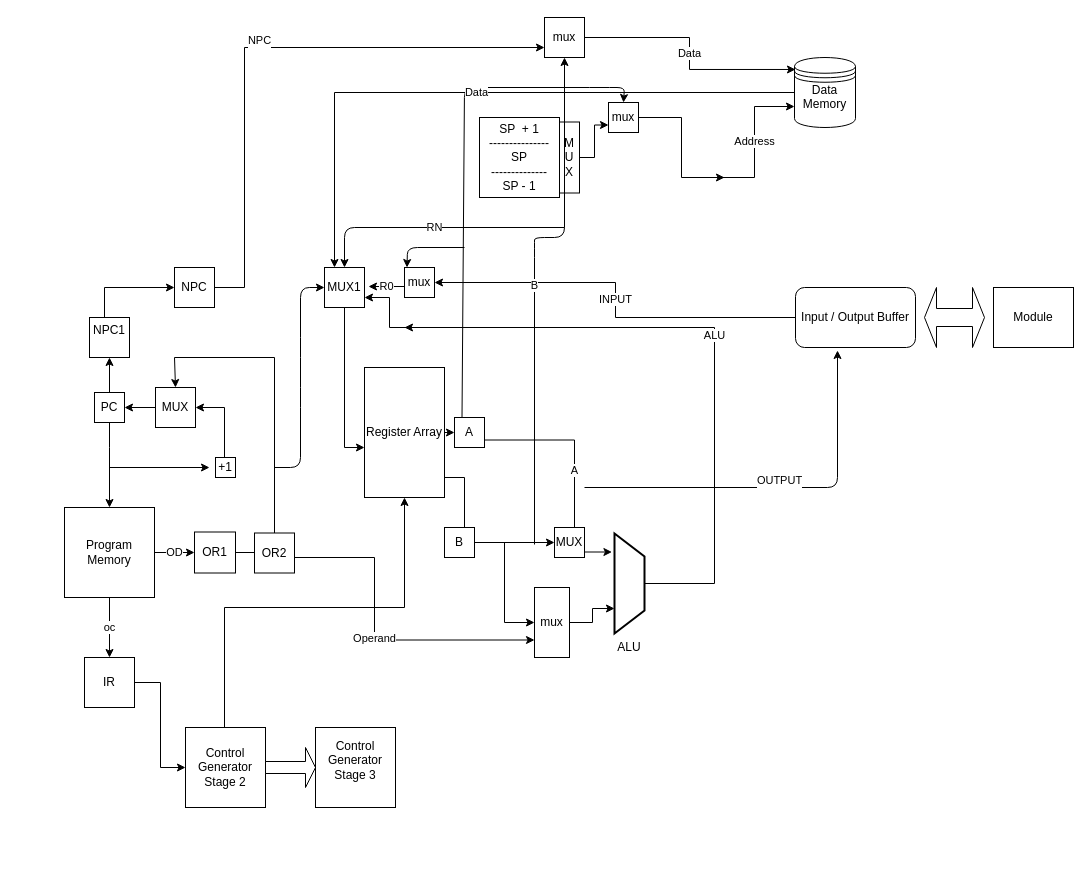
Aditya-11/RNBIP-2-Processor keeps this draw.io diagram as architecture.drawio. Above is the earlier version. Source tidied: cells renumbered, new cells numbered last; positions are measured from the earlier drawing's top-left corner, leaving out a move shared by most shapes. Both pictures are drawn from the tidied source at 100%, with x=0, y=0 at pixel (64, 17).
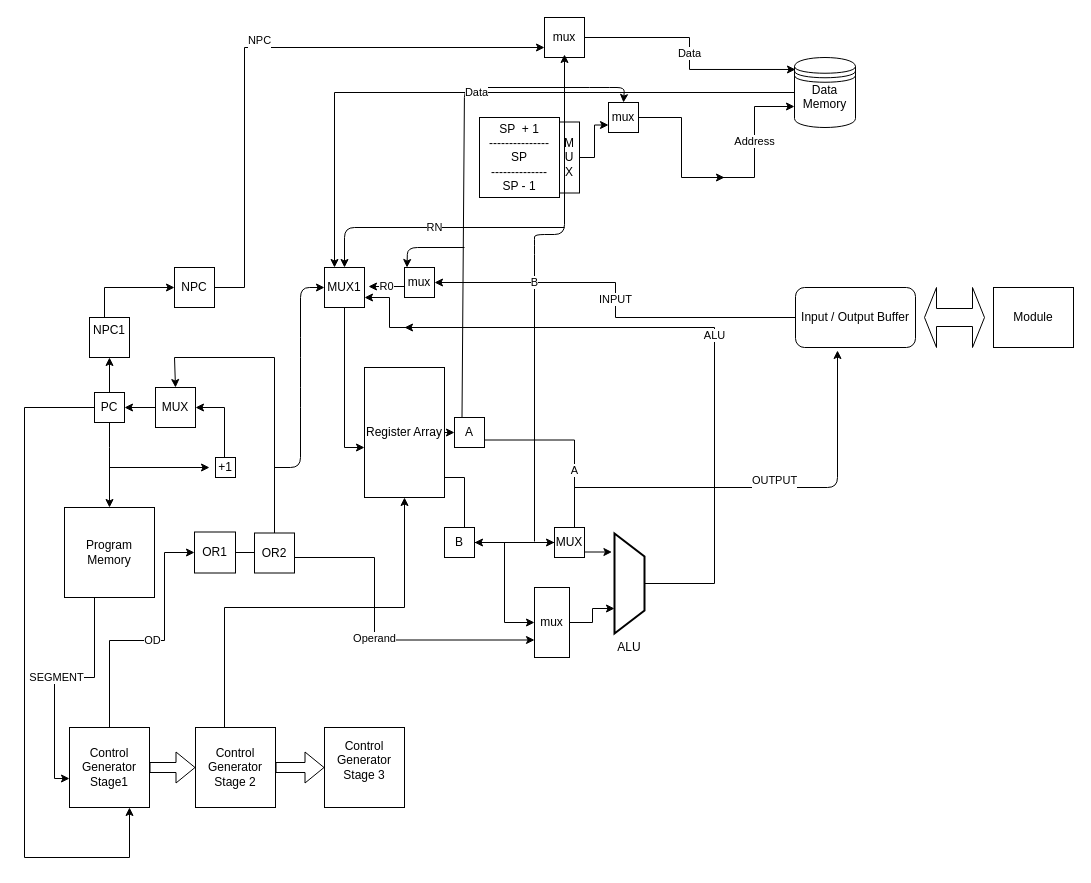
The same diagram, later.

Unchanged cells that the change refers to:
```xml
<mxCell id="4" value="Program Memory" style="whiteSpace=wrap;html=1;" parent="1" vertex="1">
  <mxGeometry y="490" width="90" height="90" as="geometry" />
</mxCell>
<mxCell id="8" value="OR1" style="whiteSpace=wrap;html=1;" parent="1" vertex="1">
  <mxGeometry x="130" y="514.5" width="41" height="41" as="geometry" />
</mxCell>
<mxCell id="14" value="PC" style="whiteSpace=wrap;html=1;" parent="1" vertex="1">
  <mxGeometry x="30" y="375" width="30" height="30" as="geometry" />
</mxCell>
<mxCell id="39" value="mux" style="whiteSpace=wrap;html=1;" parent="1" vertex="1">
  <mxGeometry x="480" width="40" height="40" as="geometry" />
</mxCell>
<mxCell id="50" value="Input / Output Buffer" style="rounded=1;whiteSpace=wrap;html=1;" parent="1" vertex="1">
  <mxGeometry x="731" y="270" width="120" height="60" as="geometry" />
</mxCell>
<mxCell id="60" value="B" style="whiteSpace=wrap;html=1;" parent="1" vertex="1">
  <mxGeometry x="380" y="510" width="30" height="30" as="geometry" />
</mxCell>
<mxCell id="61" value="MUX" style="whiteSpace=wrap;html=1;" parent="1" vertex="1">
  <mxGeometry x="490" y="510" width="30" height="30" as="geometry" />
</mxCell>
```

Diff of the diagram source:
```diff
@@
-    <mxCell id="2" value="oc" style="edgeStyle=orthogonalEdgeStyle;rounded=0;jettySize=auto;html=1;" parent="1" edge="1" source="4">
+    <mxCell id="2" value="SEGMENT" style="edgeStyle=orthogonalEdgeStyle;rounded=0;jettySize=auto;html=1;entryX=0;entryY=0.638;entryDx=0;entryDy=0;entryPerimeter=0;" parent="1" edge="1" source="4" target="69">
       <mxGeometry relative="1" as="geometry">
-        <mxPoint x="45" y="640" as="targetPoint" />
+        <Array as="points">
+          <mxPoint x="30" y="660" />
+          <mxPoint x="-10" y="660" />
+          <mxPoint x="-10" y="761" />
+        </Array>
       </mxGeometry>
     </mxCell>
-    <mxCell id="3" value="OD" style="edgeStyle=orthogonalEdgeStyle;rounded=0;jettySize=auto;html=1;" parent="1" edge="1" source="4">
+    <mxCell id="3" value="OD" style="edgeStyle=orthogonalEdgeStyle;rounded=0;jettySize=auto;html=1;exitX=0.5;exitY=0;exitDx=0;exitDy=0;entryX=0;entryY=0.5;entryDx=0;entryDy=0;" parent="1" edge="1" source="69" target="8">
       <mxGeometry relative="1" as="geometry">
-        <mxPoint x="130" y="535" as="targetPoint" />
+        <Array as="points">
+          <mxPoint x="45" y="623" />
+          <mxPoint x="100" y="623" />
+          <mxPoint x="100" y="535" />
+        </Array>
       </mxGeometry>
     </mxCell>
@@
-    <mxCell id="5" style="edgeStyle=elbowEdgeStyle;rounded=0;jettySize=auto;html=1;" parent="1" edge="1" source="6" target="48">
-      <mxGeometry relative="1" as="geometry" />
-    </mxCell>
-    <mxCell id="6" value="IR" style="whiteSpace=wrap;html=1;" parent="1" vertex="1">
-      <mxGeometry x="20" y="640" width="50" height="50" as="geometry" />
-    </mxCell>
@@
+    <mxCell id="67" style="edgeStyle=orthogonalEdgeStyle;rounded=0;jettySize=auto;html=1;entryX=0.75;entryY=1;entryDx=0;entryDy=0;" parent="1" edge="1" source="14" target="69">
+      <mxGeometry relative="1" as="geometry">
+        <Array as="points">
+          <mxPoint x="-40" y="390" />
+          <mxPoint x="-40" y="840" />
+          <mxPoint x="65" y="840" />
+        </Array>
+      </mxGeometry>
+    </mxCell>
@@
     <mxCell id="48" value="&lt;div&gt;Control Generator&lt;/div&gt;&lt;div&gt;Stage 2 &lt;br&gt;&lt;/div&gt;" style="whiteSpace=wrap;html=1;" parent="1" vertex="1">
-      <mxGeometry x="121" y="710" width="80" height="80" as="geometry" />
+      <mxGeometry x="131" y="710" width="80" height="80" as="geometry" />
     </mxCell>
@@
-    <mxCell id="52" style="shape=singleArrow;whiteSpace=wrap;html=1;" parent="1" vertex="1">
-      <mxGeometry x="201" y="730" width="50" height="40" as="geometry" />
-    </mxCell>
     <mxCell id="53" value="&lt;div&gt;Control Generator &lt;br&gt;&lt;/div&gt;&lt;div&gt;Stage 3&lt;/div&gt;&lt;div&gt;&lt;br&gt;&lt;/div&gt;" style="whiteSpace=wrap;html=1;" parent="1" vertex="1">
-      <mxGeometry x="251" y="710" width="80" height="80" as="geometry" />
+      <mxGeometry x="260" y="710" width="80" height="80" as="geometry" />
     </mxCell>
@@
     <mxCell id="57" value="&lt;div&gt;OUTPUT&lt;/div&gt;&lt;div&gt;&lt;br&gt;&lt;/div&gt;" style="endArrow=classic;html=1;entryX=0.35;entryY=1.05;entryDx=0;entryDy=0;entryPerimeter=0;" parent="1" edge="1" target="50">
       <mxGeometry relative="1" as="geometry">
-        <mxPoint x="520" y="470" as="sourcePoint" />
+        <mxPoint x="510" y="470" as="sourcePoint" />
         <Array as="points">
           <mxPoint x="773" y="470" />
         </Array>
       </mxGeometry>
     </mxCell>
@@
+    <mxCell id="68" style="edgeStyle=orthogonalEdgeStyle;rounded=0;jettySize=auto;html=1;" parent="1" edge="1" source="61" target="60">
+      <mxGeometry relative="1" as="geometry" />
+    </mxCell>
@@
-    <mxCell id="66" value="B" style="endArrow=classic;html=1;entryX=0.5;entryY=1;entryDx=0;entryDy=0;" parent="1" edge="1" target="39">
+    <mxCell id="66" value="B" style="endArrow=classic;html=1;entryX=0.5;entryY=1;entryDx=0;entryDy=0;" parent="1" edge="1">
       <mxGeometry relative="1" as="geometry">
-        <mxPoint x="470" y="527" as="sourcePoint" />
+        <mxPoint x="470" y="524" as="sourcePoint" />
+        <mxPoint x="500" y="37" as="targetPoint" />
         <Array as="points">
-          <mxPoint x="470" y="230" />
-          <mxPoint x="470" y="220" />
-          <mxPoint x="500" y="220" />
+          <mxPoint x="470" y="227" />
+          <mxPoint x="470" y="217" />
+          <mxPoint x="500" y="217" />
         </Array>
       </mxGeometry>
     </mxCell>
+    <mxCell id="69" value="&lt;div&gt;Control&lt;/div&gt;&lt;div&gt;Generator&lt;/div&gt;&lt;div&gt;Stage1&lt;br&gt;&lt;/div&gt;" style="whiteSpace=wrap;html=1;" parent="1" vertex="1">
+      <mxGeometry x="5" y="710" width="80" height="80" as="geometry" />
+    </mxCell>
+    <mxCell id="70" style="shape=flexArrow;endArrow=classic;html=1;exitX=1;exitY=0.5;exitDx=0;exitDy=0;" parent="1" edge="1" source="69" target="48">
+      <mxGeometry relative="1" as="geometry" />
+    </mxCell>
+    <mxCell id="71" style="shape=flexArrow;endArrow=classic;html=1;exitX=1;exitY=0.5;exitDx=0;exitDy=0;" parent="1" edge="1" source="48" target="53">
+      <mxGeometry relative="1" as="geometry" />
+    </mxCell>
```
